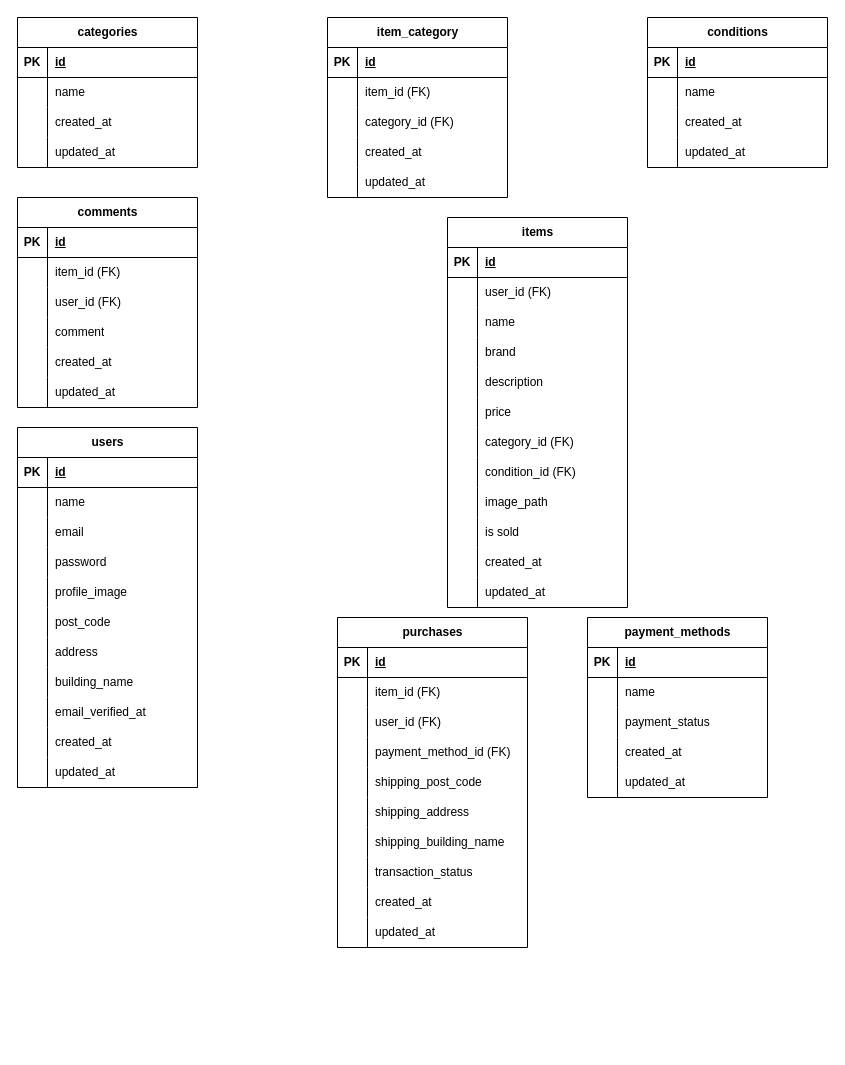
Before: er-diagram.drawio in hidama-rika/coachtech-pixel-market, a draw.io diagram. Source tidied: cells renumbered, new cells numbered last; positions are measured from the earlier drawing's top-left corner, leaving out a move shared by most shapes. Both pictures are drawn from the tidied source at 100%, with x=0, y=0 at pixel (17, 17).
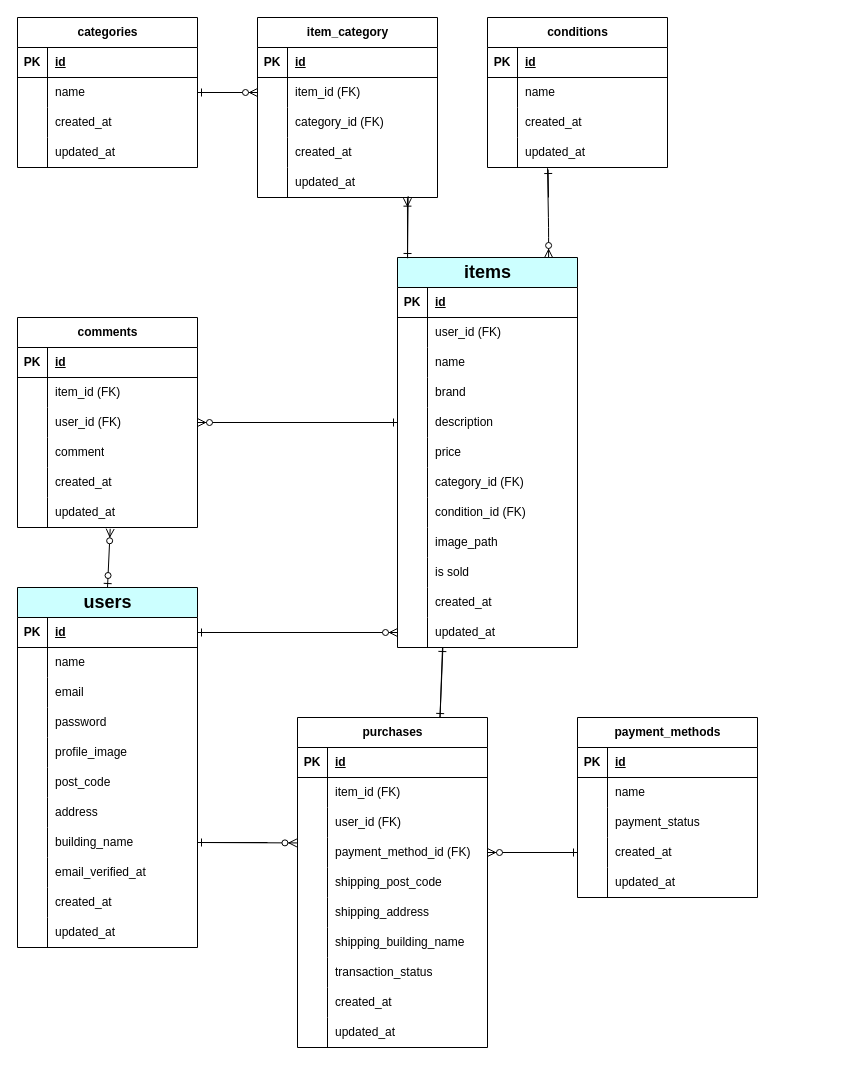
The same page after the edit.

Commit message (it also covers changes not shown here):
ER図.png初期完成版

The change refers to these unchanged cells:
```xml
<mxCell id="6" style="shape=tableRow;horizontal=0;startSize=0;swimlaneHead=0;swimlaneBody=0;fillColor=none;points=[[0,0.5],[1,0.5]];portConstraint=eastwest;top=0;left=0;right=0;bottom=0;" parent="2" vertex="1">
  <mxGeometry y="60" width="180" height="30" as="geometry" />
</mxCell>
<mxCell id="19" style="shape=tableRow;horizontal=0;startSize=0;swimlaneHead=0;swimlaneBody=0;fillColor=none;points=[[0,0.5],[1,0.5]];portConstraint=eastwest;top=0;left=0;right=0;bottom=0;" parent="15" vertex="1">
  <mxGeometry y="60" width="180" height="30" as="geometry" />
</mxCell>
<mxCell id="28" style="shape=tableRow;horizontal=0;startSize=0;swimlaneHead=0;swimlaneBody=0;fillColor=none;points=[[0,0.5],[1,0.5]];portConstraint=eastwest;top=0;left=0;right=0;bottom=0;" parent="15" vertex="1">
  <mxGeometry y="150" width="180" height="30" as="geometry" />
</mxCell>
<mxCell id="41" style="shape=tableRow;horizontal=0;startSize=0;swimlaneHead=0;swimlaneBody=0;fillColor=none;points=[[0,0.5],[1,0.5]];portConstraint=eastwest;top=0;left=0;right=0;bottom=0;" parent="31" vertex="1">
  <mxGeometry y="120" width="180" height="30" as="geometry" />
</mxCell>
<mxCell id="51" style="shape=tableRow;horizontal=0;startSize=0;swimlaneHead=0;swimlaneBody=0;fillColor=none;points=[[0,0.5],[1,0.5]];portConstraint=eastwest;top=0;left=0;right=0;bottom=0;" parent="44" vertex="1">
  <mxGeometry y="90" width="180" height="30" as="geometry" />
</mxCell>
<mxCell id="60" style="shape=tableRow;horizontal=0;startSize=0;swimlaneHead=0;swimlaneBody=0;fillColor=none;points=[[0,0.5],[1,0.5]];portConstraint=eastwest;top=0;left=0;right=0;bottom=0;" parent="44" vertex="1">
  <mxGeometry y="180" width="180" height="30" as="geometry" />
</mxCell>
<mxCell id="64" style="shape=tableRow;horizontal=0;startSize=0;swimlaneHead=0;swimlaneBody=0;fillColor=none;points=[[0,0.5],[1,0.5]];portConstraint=eastwest;top=0;left=0;right=0;bottom=1;" parent="63" vertex="1">
  <mxGeometry y="30" width="180" height="30" as="geometry" />
</mxCell>
<mxCell id="85" style="shape=tableRow;horizontal=0;startSize=0;swimlaneHead=0;swimlaneBody=0;fillColor=none;points=[[0,0.5],[1,0.5]];portConstraint=eastwest;top=0;left=0;right=0;bottom=0;" parent="63" vertex="1">
  <mxGeometry y="240" width="180" height="30" as="geometry" />
</mxCell>
<mxCell id="110" style="shape=tableRow;horizontal=0;startSize=0;swimlaneHead=0;swimlaneBody=0;fillColor=none;points=[[0,0.5],[1,0.5]];portConstraint=eastwest;top=0;left=0;right=0;bottom=0;" parent="97" vertex="1">
  <mxGeometry y="150" width="180" height="30" as="geometry" />
</mxCell>
<mxCell id="131" style="shape=tableRow;horizontal=0;startSize=0;swimlaneHead=0;swimlaneBody=0;fillColor=none;points=[[0,0.5],[1,0.5]];portConstraint=eastwest;top=0;left=0;right=0;bottom=0;" parent="97" vertex="1">
  <mxGeometry y="360" width="180" height="30" as="geometry" />
</mxCell>
<mxCell id="144" style="shape=tableRow;horizontal=0;startSize=0;swimlaneHead=0;swimlaneBody=0;fillColor=none;points=[[0,0.5],[1,0.5]];portConstraint=eastwest;top=0;left=0;right=0;bottom=0;" parent="134" vertex="1">
  <mxGeometry y="120" width="190" height="30" as="geometry" />
</mxCell>
<mxCell id="175" style="shape=tableRow;horizontal=0;startSize=0;swimlaneHead=0;swimlaneBody=0;fillColor=none;points=[[0,0.5],[1,0.5]];portConstraint=eastwest;top=0;left=0;right=0;bottom=0;" parent="165" vertex="1">
  <mxGeometry y="120" width="180" height="30" as="geometry" />
</mxCell>
```

What changed in the source:
```diff
@@
     <mxCell id="15" value="item_category" style="shape=table;startSize=30;childLayout=tableLayout;rowLines=0;fontStyle=1;align=center;html=1;" parent="1" vertex="1">
-      <mxGeometry x="310" width="180" height="180" as="geometry" />
+      <mxGeometry x="240" width="180" height="180" as="geometry" />
     </mxCell>
@@
     <mxCell id="31" value="conditions" style="shape=table;startSize=30;childLayout=tableLayout;rowLines=0;fontStyle=1;align=center;html=1;" parent="1" vertex="1">
-      <mxGeometry x="630" width="180" height="150" as="geometry" />
+      <mxGeometry x="470" width="180" height="150" as="geometry" />
     </mxCell>
@@
     <mxCell id="44" value="comments" style="shape=table;startSize=30;childLayout=tableLayout;rowLines=0;fontStyle=1;align=center;html=1;" parent="1" vertex="1">
-      <mxGeometry y="180" width="180" height="210" as="geometry" />
+      <mxGeometry y="300" width="180" height="210" as="geometry" />
     </mxCell>
@@
-    <mxCell id="63" value="users" style="shape=table;startSize=30;childLayout=tableLayout;rowLines=0;fontStyle=1;align=center;html=1;" parent="1" vertex="1">
-      <mxGeometry y="410" width="180" height="360" as="geometry" />
+    <mxCell id="63" value="&lt;font style=&quot;font-size: 18px;&quot;&gt;users&lt;/font&gt;" style="shape=table;startSize=30;childLayout=tableLayout;rowLines=0;fontStyle=1;align=center;html=1;fillColor=#CCFFFF;" parent="1" vertex="1">
+      <mxGeometry y="570" width="180" height="360" as="geometry" />
     </mxCell>
@@
-    <mxCell id="97" value="items" style="shape=table;startSize=30;childLayout=tableLayout;rowLines=0;fontStyle=1;align=center;html=1;" parent="1" vertex="1">
-      <mxGeometry x="430" y="200" width="180" height="390" as="geometry" />
+    <mxCell id="97" value="&lt;font style=&quot;font-size: 18px;&quot;&gt;items&lt;/font&gt;" style="shape=table;startSize=30;childLayout=tableLayout;rowLines=0;fontStyle=1;align=center;html=1;fillColor=#CCFFFF;" parent="1" vertex="1">
+      <mxGeometry x="380" y="240" width="180" height="390" as="geometry" />
     </mxCell>
@@
     <mxCell id="134" value="purchases" style="shape=table;startSize=30;childLayout=tableLayout;rowLines=0;fontStyle=1;align=center;html=1;" parent="1" vertex="1">
-      <mxGeometry x="320" y="600" width="190" height="330" as="geometry" />
+      <mxGeometry x="280" y="700" width="190" height="330" as="geometry" />
     </mxCell>
@@
     <mxCell id="165" value="payment_methods" style="shape=table;startSize=30;childLayout=tableLayout;rowLines=0;fontStyle=1;align=center;html=1;" parent="1" vertex="1">
-      <mxGeometry x="570" y="600" width="180" height="180" as="geometry" />
+      <mxGeometry x="560" y="700" width="180" height="180" as="geometry" />
     </mxCell>
@@
+    <mxCell id="181" style="fontSize=12;html=1;endArrow=ERzeroToMany;startArrow=ERzeroToOne;entryX=0.515;entryY=1.044;entryDx=0;entryDy=0;entryPerimeter=0;exitX=0.5;exitY=0;exitDx=0;exitDy=0;" parent="1" edge="1" source="63" target="60">
+      <mxGeometry relative="1" as="geometry" />
+    </mxCell>
+    <mxCell id="182" style="fontSize=12;html=1;endArrow=ERone;endFill=1;exitX=0.75;exitY=0;exitDx=0;exitDy=0;entryX=0.25;entryY=1;entryDx=0;entryDy=0;" parent="1" edge="1" source="134" target="97">
+      <mxGeometry relative="1" as="geometry" />
+    </mxCell>
+    <mxCell id="183" style="fontSize=12;html=1;endArrow=ERone;endFill=1;entryX=0.75;entryY=0;entryDx=0;entryDy=0;exitX=0.252;exitY=1.022;exitDx=0;exitDy=0;exitPerimeter=0;" parent="1" edge="1" source="131" target="134">
+      <mxGeometry relative="1" as="geometry" />
+    </mxCell>
+    <mxCell id="184" style="fontSize=12;html=1;endArrow=ERoneToMany;entryX=0.833;entryY=1.022;entryDx=0;entryDy=0;entryPerimeter=0;exitX=0.056;exitY=0.002;exitDx=0;exitDy=0;exitPerimeter=0;" parent="1" edge="1" source="97" target="28">
+      <mxGeometry relative="1" as="geometry" />
+    </mxCell>
+    <mxCell id="185" style="fontSize=12;html=1;endArrow=ERone;endFill=1;exitX=0.837;exitY=0.956;exitDx=0;exitDy=0;exitPerimeter=0;" parent="1" edge="1" source="28">
+      <mxGeometry relative="1" as="geometry">
+        <mxPoint x="390" y="240" as="targetPoint" />
+      </mxGeometry>
+    </mxCell>
+    <mxCell id="186" style="fontSize=12;html=1;endArrow=ERzeroToMany;endFill=1;entryX=1;entryY=0.5;entryDx=0;entryDy=0;exitX=0;exitY=0.5;exitDx=0;exitDy=0;" parent="1" edge="1" source="110" target="51">
+      <mxGeometry relative="1" as="geometry" />
+    </mxCell>
+    <mxCell id="187" style="fontSize=12;html=1;endArrow=ERone;endFill=1;entryX=0;entryY=0.5;entryDx=0;entryDy=0;" parent="1" edge="1" target="110">
+      <mxGeometry relative="1" as="geometry">
+        <mxPoint x="200" y="405" as="sourcePoint" />
+      </mxGeometry>
+    </mxCell>
+    <mxCell id="188" style="fontSize=12;html=1;endArrow=ERzeroToMany;endFill=1;exitX=1;exitY=0.5;exitDx=0;exitDy=0;entryX=0;entryY=0.5;entryDx=0;entryDy=0;" parent="1" edge="1" source="64" target="131">
+      <mxGeometry relative="1" as="geometry" />
+    </mxCell>
+    <mxCell id="189" style="fontSize=12;html=1;endArrow=ERone;endFill=1;entryX=1;entryY=0.5;entryDx=0;entryDy=0;" parent="1" edge="1" target="64">
+      <mxGeometry relative="1" as="geometry">
+        <mxPoint x="330" y="615" as="sourcePoint" />
+      </mxGeometry>
+    </mxCell>
+    <mxCell id="190" style="fontSize=12;html=1;endArrow=ERzeroToMany;endFill=1;exitX=1;exitY=0.5;exitDx=0;exitDy=0;entryX=-0.003;entryY=0.181;entryDx=0;entryDy=0;entryPerimeter=0;" parent="1" edge="1" source="85" target="144">
+      <mxGeometry relative="1" as="geometry" />
+    </mxCell>
+    <mxCell id="191" style="fontSize=12;html=1;endArrow=ERone;endFill=1;entryX=1;entryY=0.5;entryDx=0;entryDy=0;" parent="1" edge="1" target="85">
+      <mxGeometry relative="1" as="geometry">
+        <mxPoint x="250" y="825" as="sourcePoint" />
+      </mxGeometry>
+    </mxCell>
+    <mxCell id="192" style="fontSize=12;html=1;endArrow=ERzeroToMany;endFill=1;exitX=0;exitY=0.5;exitDx=0;exitDy=0;" parent="1" edge="1" source="175">
+      <mxGeometry relative="1" as="geometry">
+        <mxPoint x="470" y="835" as="targetPoint" />
+      </mxGeometry>
+    </mxCell>
+    <mxCell id="193" style="fontSize=12;html=1;endArrow=ERone;endFill=1;entryX=0;entryY=0.5;entryDx=0;entryDy=0;" parent="1" edge="1" target="175">
+      <mxGeometry relative="1" as="geometry">
+        <mxPoint x="500" y="835" as="sourcePoint" />
+      </mxGeometry>
+    </mxCell>
+    <mxCell id="194" style="fontSize=12;html=1;endArrow=ERzeroToMany;endFill=1;exitX=1;exitY=0.5;exitDx=0;exitDy=0;entryX=0;entryY=0.5;entryDx=0;entryDy=0;" parent="1" edge="1" source="6" target="19">
+      <mxGeometry relative="1" as="geometry" />
+    </mxCell>
+    <mxCell id="195" style="fontSize=12;html=1;endArrow=ERone;endFill=1;entryX=1;entryY=0.5;entryDx=0;entryDy=0;" parent="1" edge="1" target="6">
+      <mxGeometry relative="1" as="geometry">
+        <mxPoint x="210" y="75" as="sourcePoint" />
+      </mxGeometry>
+    </mxCell>
+    <mxCell id="196" style="fontSize=12;html=1;endArrow=ERzeroToMany;endFill=1;entryX=0.75;entryY=0;entryDx=0;entryDy=0;exitX=0.244;exitY=1.022;exitDx=0;exitDy=0;exitPerimeter=0;" parent="1" edge="1">
+      <mxGeometry relative="1" as="geometry">
+        <mxPoint x="530" y="150.7" as="sourcePoint" />
+        <mxPoint x="531.1" y="240" as="targetPoint" />
+        <Array as="points">
+          <mxPoint x="531.1" y="210" />
+        </Array>
+      </mxGeometry>
+    </mxCell>
+    <mxCell id="197" style="fontSize=12;html=1;endArrow=ERone;endFill=1;entryX=0.337;entryY=1.067;entryDx=0;entryDy=0;entryPerimeter=0;" parent="1" edge="1" target="41">
+      <mxGeometry relative="1" as="geometry">
+        <mxPoint x="531" y="180" as="sourcePoint" />
+      </mxGeometry>
+    </mxCell>
```
